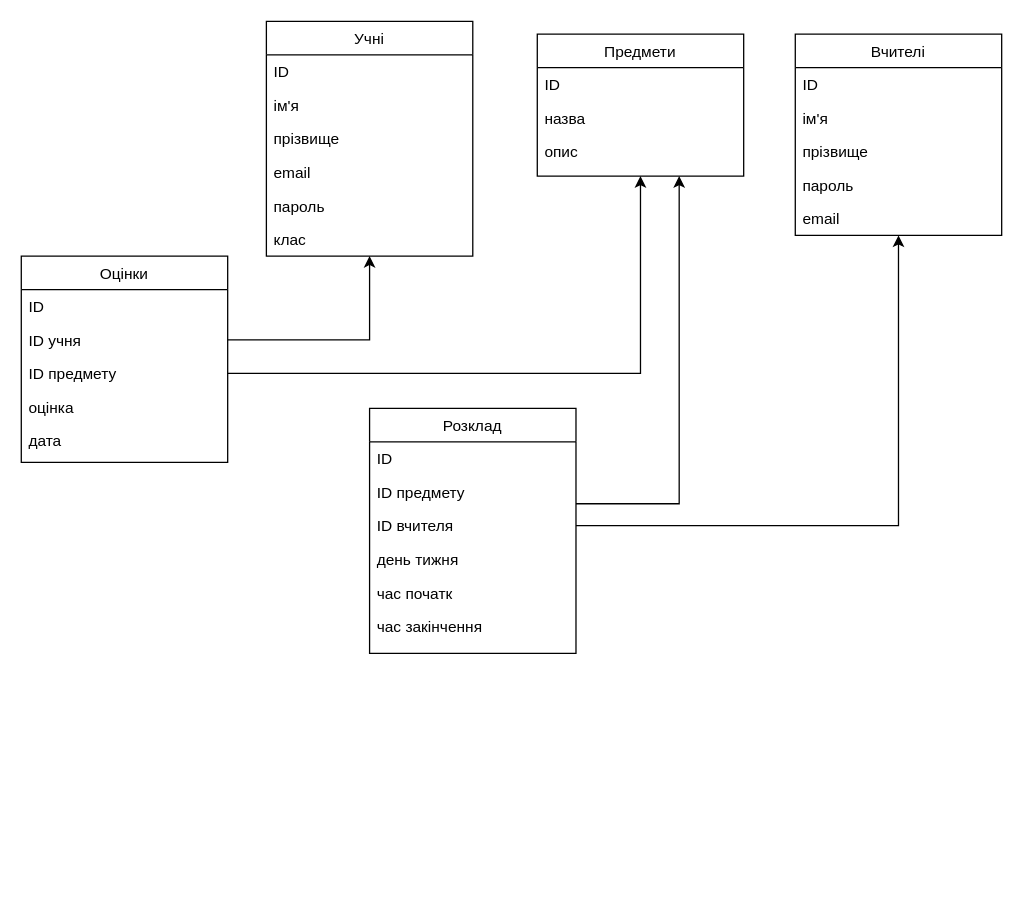
The draw.io diagram Диаграмма без названия.drawio in SofiiaL/-No4, before the edit. Source tidied: cells renumbered, new cells numbered last; positions are measured from the earlier drawing's top-left corner, leaving out a move shared by most shapes. Both pictures are drawn from the tidied source at 129%, with x=0, y=0 at pixel (21, 21).
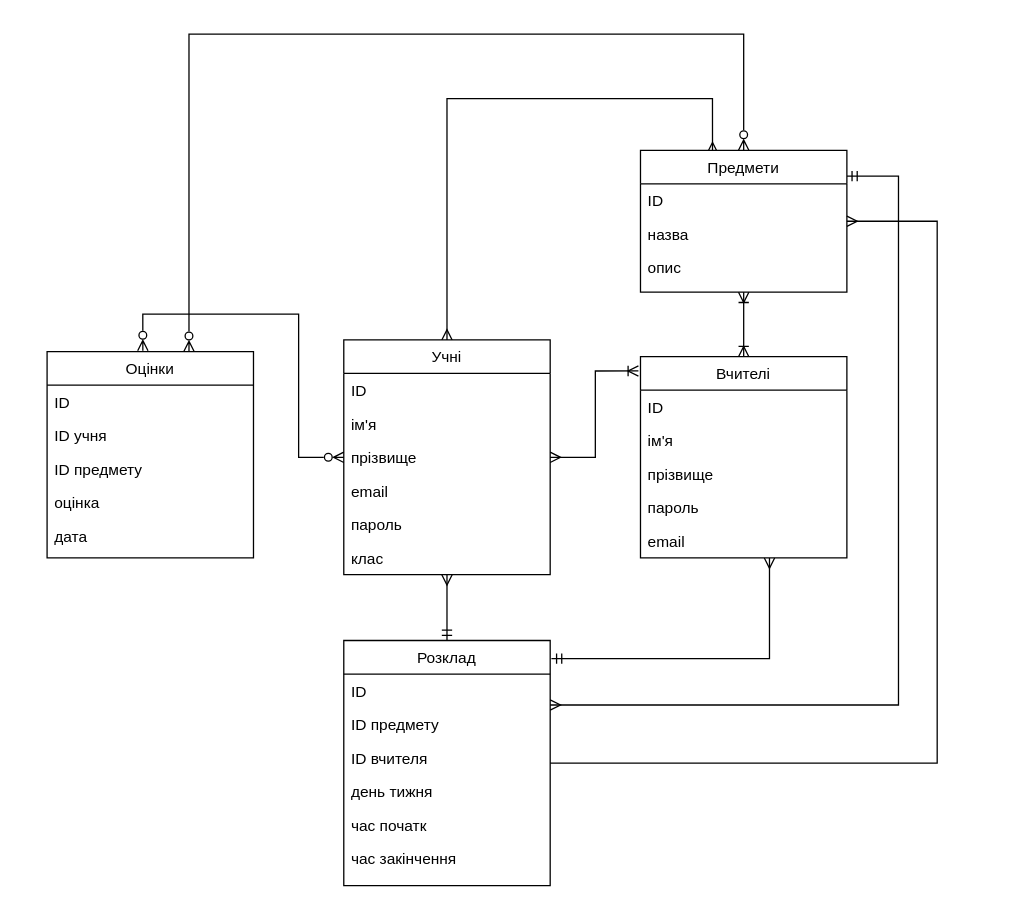
The same page after the edit.

The change refers to these unchanged cells:
```xml
<mxCell id="21" value="ID учня" style="text;align=left;verticalAlign=top;spacingLeft=4;spacingRight=4;overflow=hidden;points=[[0,0.5],[1,0.5]];portConstraint=eastwest;rounded=0;shadow=0;html=0;" parent="19" vertex="1">
  <mxGeometry y="52" width="160" height="26" as="geometry" />
</mxCell>
<mxCell id="22" value="ID предмету" style="text;align=left;verticalAlign=top;spacingLeft=4;spacingRight=4;overflow=hidden;points=[[0,0.5],[1,0.5]];portConstraint=eastwest;rounded=0;shadow=0;html=0;" parent="19" vertex="1">
  <mxGeometry y="78" width="160" height="26" as="geometry" />
</mxCell>
<mxCell id="27" value="ID предмету" style="text;align=left;verticalAlign=top;spacingLeft=4;spacingRight=4;overflow=hidden;points=[[0,0.5],[1,0.5]];portConstraint=eastwest;rounded=0;shadow=0;html=0;" parent="25" vertex="1">
  <mxGeometry y="52" width="160" height="26" as="geometry" />
</mxCell>
<mxCell id="28" value="ID вчителя" style="text;align=left;verticalAlign=top;spacingLeft=4;spacingRight=4;overflow=hidden;points=[[0,0.5],[1,0.5]];portConstraint=eastwest;rounded=0;shadow=0;html=0;" parent="25" vertex="1">
  <mxGeometry y="78" width="160" height="26" as="geometry" />
</mxCell>
```

Diff of the diagram source:
```diff
@@
+    <mxCell id="36" style="edgeStyle=orthogonalEdgeStyle;rounded=0;jettySize=auto;html=1;entryX=0.464;entryY=-0.004;entryDx=0;entryDy=0;entryPerimeter=0;endArrow=ERzeroToMany;endFill=0;startArrow=ERzeroToMany;startFill=0;" parent="1" edge="1" source="2" target="19">
+      <mxGeometry relative="1" as="geometry" />
+    </mxCell>
+    <mxCell id="37" style="edgeStyle=orthogonalEdgeStyle;rounded=0;jettySize=auto;html=1;entryX=-0.01;entryY=0.071;entryDx=0;entryDy=0;entryPerimeter=0;endArrow=ERoneToMany;endFill=0;startArrow=ERmany;startFill=0;" parent="1" edge="1" source="2" target="9">
+      <mxGeometry relative="1" as="geometry" />
+    </mxCell>
+    <mxCell id="38" style="edgeStyle=orthogonalEdgeStyle;rounded=0;jettySize=auto;html=1;entryX=0.349;entryY=0.017;entryDx=0;entryDy=0;entryPerimeter=0;endArrow=ERmany;endFill=0;startArrow=ERmany;startFill=0;" parent="1" edge="1" source="2" target="15">
+      <mxGeometry relative="1" as="geometry">
+        <Array as="points">
+          <mxPoint x="330" y="60" />
+          <mxPoint x="536" y="60" />
+        </Array>
+      </mxGeometry>
+    </mxCell>
+    <mxCell id="39" style="edgeStyle=orthogonalEdgeStyle;rounded=0;jettySize=auto;html=1;entryX=0.5;entryY=0;entryDx=0;entryDy=0;endArrow=ERmandOne;endFill=0;startArrow=ERmany;startFill=0;" parent="1" edge="1" source="2" target="25">
+      <mxGeometry relative="1" as="geometry" />
+    </mxCell>
     <mxCell id="2" value="Учні" style="swimlane;fontStyle=0;align=center;verticalAlign=top;horizontal=1;startSize=26;rounded=0;shadow=0;strokeWidth=1;" parent="1" vertex="1">
-      <mxGeometry x="190" width="160" height="182" as="geometry" />
+      <mxGeometry x="250" y="247" width="160" height="182" as="geometry" />
     </mxCell>
@@
+    <mxCell id="40" style="edgeStyle=orthogonalEdgeStyle;rounded=0;jettySize=auto;html=1;entryX=0.5;entryY=1;entryDx=0;entryDy=0;endArrow=ERoneToMany;endFill=0;startArrow=ERoneToMany;startFill=0;" parent="1" edge="1" source="9" target="15">
+      <mxGeometry relative="1" as="geometry" />
+    </mxCell>
+    <mxCell id="41" style="edgeStyle=orthogonalEdgeStyle;rounded=0;jettySize=auto;html=1;entryX=1.006;entryY=0.074;entryDx=0;entryDy=0;entryPerimeter=0;startArrow=ERmany;startFill=0;endArrow=ERmandOne;endFill=0;" parent="1" edge="1" source="9" target="25">
+      <mxGeometry relative="1" as="geometry">
+        <Array as="points">
+          <mxPoint x="580" y="494" />
+        </Array>
+      </mxGeometry>
+    </mxCell>
     <mxCell id="9" value="Вчителі" style="swimlane;fontStyle=0;align=center;verticalAlign=top;horizontal=1;startSize=26;rounded=0;shadow=0;strokeWidth=1;" parent="1" vertex="1">
-      <mxGeometry x="600" y="10" width="160" height="156" as="geometry" />
+      <mxGeometry x="480" y="260" width="160" height="156" as="geometry" />
     </mxCell>
@@
+    <mxCell id="42" style="edgeStyle=orthogonalEdgeStyle;rounded=0;jettySize=auto;html=1;endArrow=ERmany;endFill=0;startArrow=ERmandOne;startFill=0;" parent="1" edge="1" source="15" target="25">
+      <mxGeometry relative="1" as="geometry">
+        <Array as="points">
+          <mxPoint x="680" y="120" />
+          <mxPoint x="680" y="530" />
+        </Array>
+      </mxGeometry>
+    </mxCell>
     <mxCell id="15" value="Предмети" style="swimlane;fontStyle=0;align=center;verticalAlign=top;horizontal=1;startSize=26;rounded=0;shadow=0;strokeWidth=1;" parent="1" vertex="1">
-      <mxGeometry x="400" y="10" width="160" height="110" as="geometry" />
+      <mxGeometry x="480" y="100" width="160" height="110" as="geometry" />
     </mxCell>
@@
+    <mxCell id="43" style="edgeStyle=orthogonalEdgeStyle;rounded=0;jettySize=auto;html=1;endArrow=ERzeroToMany;endFill=0;startArrow=ERzeroToMany;startFill=0;" parent="1" edge="1" source="19" target="15">
+      <mxGeometry relative="1" as="geometry">
+        <Array as="points">
+          <mxPoint x="130" y="10" />
+          <mxPoint x="560" y="10" />
+        </Array>
+      </mxGeometry>
+    </mxCell>
     <mxCell id="19" value="Оцінки" style="swimlane;fontStyle=0;align=center;verticalAlign=top;horizontal=1;startSize=26;rounded=0;shadow=0;strokeWidth=1;" parent="1" vertex="1">
-      <mxGeometry y="182" width="160" height="160" as="geometry" />
+      <mxGeometry x="20" y="256" width="160" height="160" as="geometry" />
     </mxCell>
@@
+    <mxCell id="44" style="edgeStyle=orthogonalEdgeStyle;rounded=0;jettySize=auto;html=1;endArrow=ERmany;endFill=0;" parent="1" edge="1" source="25" target="15">
+      <mxGeometry relative="1" as="geometry">
+        <Array as="points">
+          <mxPoint x="710" y="575" />
+          <mxPoint x="710" y="155" />
+        </Array>
+      </mxGeometry>
+    </mxCell>
     <mxCell id="25" value="Розклад" style="swimlane;fontStyle=0;align=center;verticalAlign=top;horizontal=1;startSize=26;rounded=0;shadow=0;strokeWidth=1;" parent="1" vertex="1">
-      <mxGeometry x="270" y="300" width="160" height="190" as="geometry" />
+      <mxGeometry x="250" y="480" width="160" height="190" as="geometry" />
     </mxCell>
@@
-    <mxCell id="32" style="edgeStyle=orthogonalEdgeStyle;rounded=0;jettySize=auto;html=1;" parent="1" edge="1" source="21" target="2">
-      <mxGeometry relative="1" as="geometry" />
-    </mxCell>
-    <mxCell id="33" style="edgeStyle=orthogonalEdgeStyle;rounded=0;jettySize=auto;html=1;" parent="1" edge="1" source="22" target="15">
-      <mxGeometry relative="1" as="geometry" />
-    </mxCell>
-    <mxCell id="34" style="edgeStyle=orthogonalEdgeStyle;rounded=0;jettySize=auto;html=1;" parent="1" edge="1" source="27" target="15">
-      <mxGeometry relative="1" as="geometry">
-        <Array as="points">
-          <mxPoint x="510" y="374" />
-        </Array>
-      </mxGeometry>
-    </mxCell>
-    <mxCell id="35" style="edgeStyle=orthogonalEdgeStyle;rounded=0;jettySize=auto;html=1;" parent="1" edge="1" source="28" target="9">
-      <mxGeometry relative="1" as="geometry" />
-    </mxCell>
```
